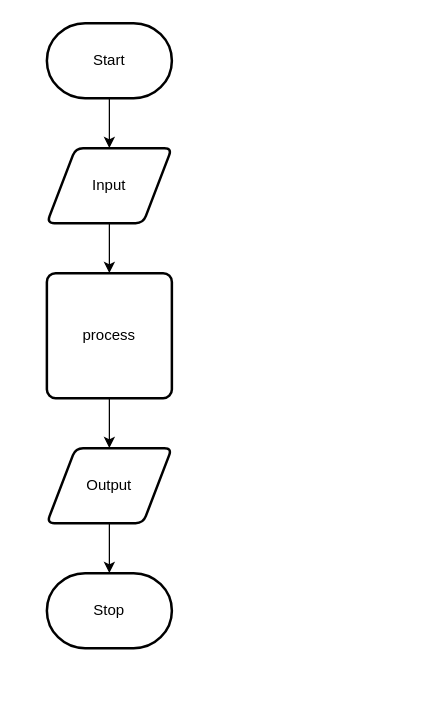
ekaterina-chernykh/ICS20-Unit-5-07 keeps this draw.io diagram as design/flow-chart.drawio. Above is the earlier version. Source tidied: cells renumbered, new cells numbered last; positions are measured from the earlier drawing's top-left corner, leaving out a move shared by most shapes. Both pictures are drawn from the tidied source at 125%, with x=0, y=0 at pixel (46, 22).
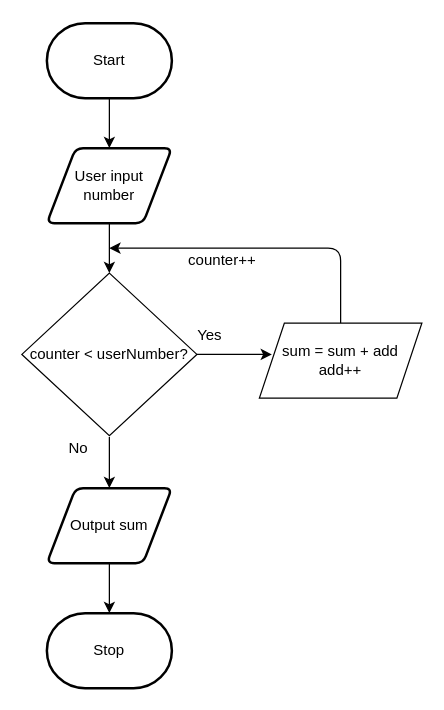
After the change.

The edit, as a diff of the source:
```diff
@@
-    <mxCell id="4" style="edgeStyle=none;html=1;" parent="1" edge="1" source="5" target="7">
-      <mxGeometry relative="1" as="geometry" />
+    <mxCell id="4" style="edgeStyle=none;html=1;" parent="1" edge="1" source="5">
+      <mxGeometry relative="1" as="geometry">
+        <mxPoint x="50" y="200" as="targetPoint" />
+      </mxGeometry>
     </mxCell>
-    <mxCell id="5" value="Input" style="shape=parallelogram;html=1;strokeWidth=2;perimeter=parallelogramPerimeter;whiteSpace=wrap;rounded=1;arcSize=12;size=0.23;" parent="1" vertex="1">
+    <mxCell id="5" value="User input number" style="shape=parallelogram;html=1;strokeWidth=2;perimeter=parallelogramPerimeter;whiteSpace=wrap;rounded=1;arcSize=12;size=0.23;" parent="1" vertex="1">
       <mxGeometry y="100" width="100" height="60" as="geometry" />
     </mxCell>
-    <mxCell id="6" style="edgeStyle=none;html=1;" parent="1" edge="1" source="7" target="9">
-      <mxGeometry relative="1" as="geometry" />
+    <mxCell id="6" style="edgeStyle=none;html=1;" parent="1" edge="1" target="9">
+      <mxGeometry relative="1" as="geometry">
+        <mxPoint x="50" y="331" as="sourcePoint" />
+      </mxGeometry>
     </mxCell>
-    <mxCell id="7" value="process" style="rounded=1;whiteSpace=wrap;html=1;absoluteArcSize=1;arcSize=14;strokeWidth=2;" parent="1" vertex="1">
-      <mxGeometry y="200" width="100" height="100" as="geometry" />
-    </mxCell>
@@
-    <mxCell id="9" value="Output" style="shape=parallelogram;html=1;strokeWidth=2;perimeter=parallelogramPerimeter;whiteSpace=wrap;rounded=1;arcSize=12;size=0.23;" parent="1" vertex="1">
-      <mxGeometry y="340" width="100" height="60" as="geometry" />
+    <mxCell id="9" value="Output sum" style="shape=parallelogram;html=1;strokeWidth=2;perimeter=parallelogramPerimeter;whiteSpace=wrap;rounded=1;arcSize=12;size=0.23;" parent="1" vertex="1">
+      <mxGeometry y="372" width="100" height="60" as="geometry" />
     </mxCell>
     <mxCell id="10" value="Stop" style="strokeWidth=2;html=1;shape=mxgraph.flowchart.terminator;whiteSpace=wrap;" parent="1" vertex="1">
-      <mxGeometry y="440" width="100" height="60" as="geometry" />
+      <mxGeometry y="472" width="100" height="60" as="geometry" />
     </mxCell>
+    <mxCell id="11" style="edgeStyle=none;html=1;exitX=1;exitY=0.5;exitDx=0;exitDy=0;" parent="1" edge="1" source="12">
+      <mxGeometry relative="1" as="geometry">
+        <mxPoint x="180" y="265" as="targetPoint" />
+      </mxGeometry>
+    </mxCell>
+    <mxCell id="12" value="counter &amp;lt; userNumber?" style="rhombus;whiteSpace=wrap;html=1;" parent="1" vertex="1">
+      <mxGeometry x="-20" y="200" width="140" height="130" as="geometry" />
+    </mxCell>
+    <mxCell id="13" style="edgeStyle=none;html=1;exitX=0.5;exitY=0;exitDx=0;exitDy=0;" parent="1" edge="1" source="14">
+      <mxGeometry relative="1" as="geometry">
+        <mxPoint x="50" y="180" as="targetPoint" />
+        <Array as="points">
+          <mxPoint x="235" y="180" />
+        </Array>
+      </mxGeometry>
+    </mxCell>
+    <mxCell id="14" value="sum = sum + add&lt;br&gt;add++" style="shape=parallelogram;perimeter=parallelogramPerimeter;whiteSpace=wrap;html=1;fixedSize=1;" parent="1" vertex="1">
+      <mxGeometry x="170" y="240" width="130" height="60" as="geometry" />
+    </mxCell>
+    <mxCell id="15" value="Yes" style="text;html=1;align=center;verticalAlign=middle;strokeColor=none;fillColor=none;" parent="1" vertex="1">
+      <mxGeometry x="110" y="240" width="40" height="20" as="geometry" />
+    </mxCell>
+    <mxCell id="16" value="No" style="text;html=1;align=center;verticalAlign=middle;strokeColor=none;fillColor=none;" parent="1" vertex="1">
+      <mxGeometry x="10" y="330" width="30" height="20" as="geometry" />
+    </mxCell>
+    <mxCell id="17" value="counter++" style="text;html=1;align=center;verticalAlign=middle;strokeColor=none;fillColor=none;" parent="1" vertex="1">
+      <mxGeometry x="105" y="180" width="70" height="20" as="geometry" />
+    </mxCell>
```
